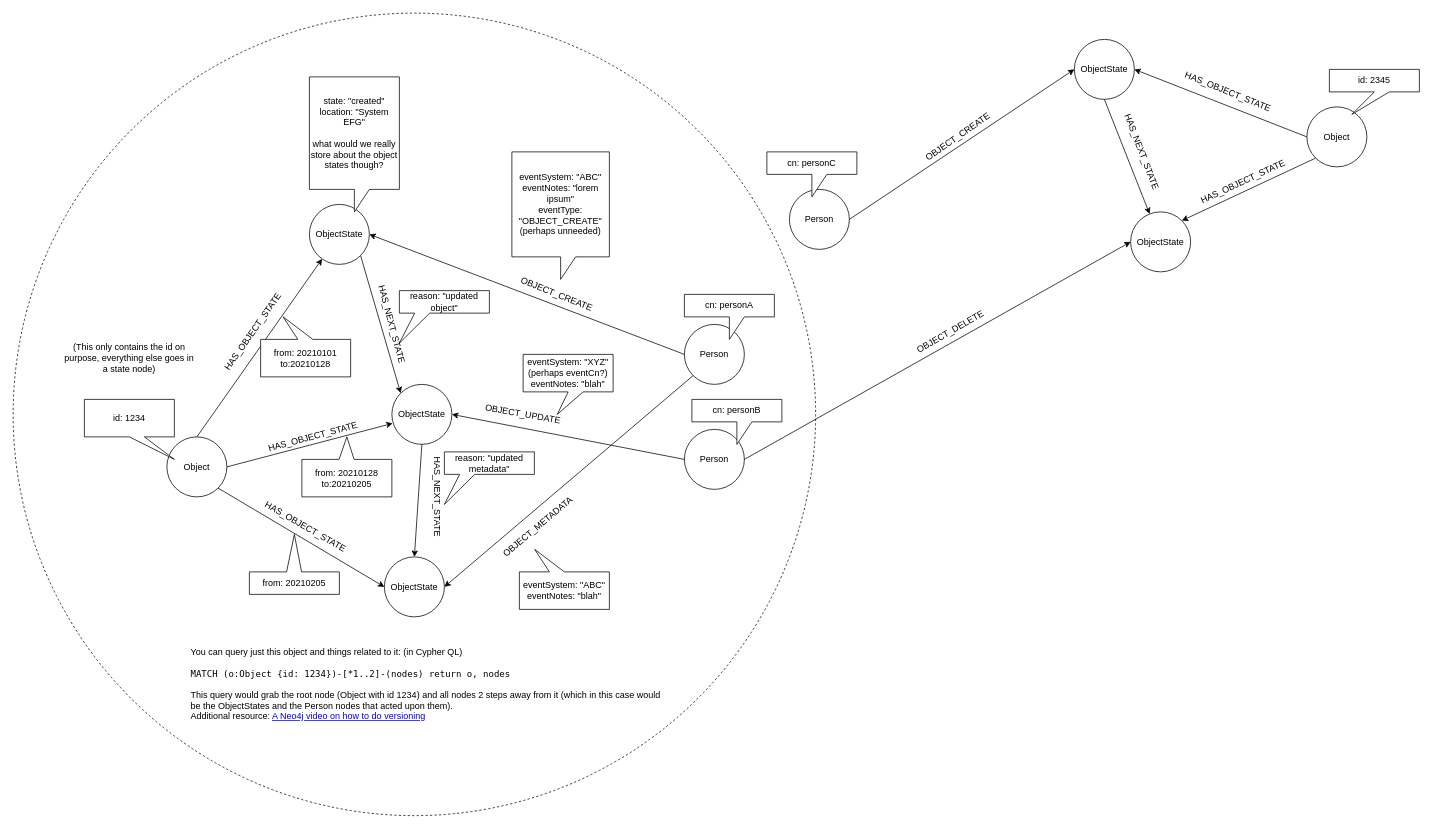
RMSLowside/rmslow keeps this draw.io diagram as page "Graph DB Example" (5 of 5) of Drawings/PandL/P&L.drawio. Above is the earlier version. Source tidied: cells renumbered, new cells numbered last; positions are measured from the earlier drawing's top-left corner, leaving out a move shared by most shapes. Both pictures are drawn from the tidied source at 75%, with x=0, y=0 at pixel (13, 13).
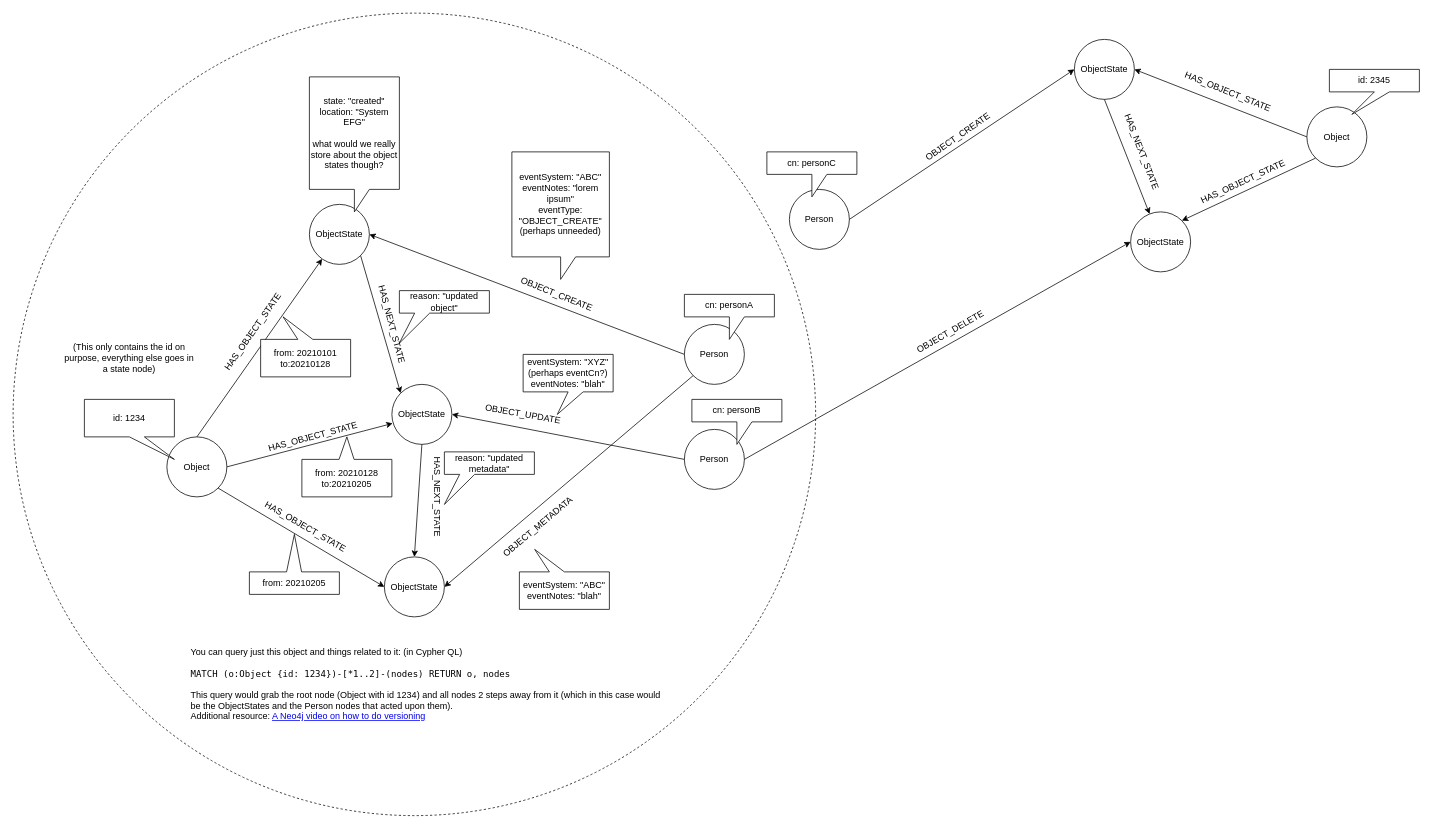
The same page after the edit.

The edit, as a diff of the source:
```diff
@@
-    <mxCell id="54" value="You can query just this object and things related to it: (in Cypher QL)&lt;br&gt;&lt;br&gt;&lt;font face=&quot;Lucida Console&quot;&gt;MATCH (o:Object {id: 1234})-[*1..2]-(nodes) return o, nodes&lt;/font&gt;&lt;br&gt;&lt;br&gt;This query would grab the root node (Object with id 1234) and all nodes 2 steps away from it (which in this case would be the ObjectStates and the Person nodes that acted upon them).&lt;br&gt;Additional resource: &lt;a href=&quot;https://www.youtube.com/watch?v=Cm1yd8d7qv0&amp;amp;feature=emb_logo&quot;&gt;A Neo4j video on how to do versioning&lt;/a&gt;" style="text;html=1;strokeColor=none;fillColor=none;align=left;verticalAlign=middle;whiteSpace=wrap;rounded=0;dashed=1;" parent="1" vertex="1">
+    <mxCell id="54" value="You can query just this object and things related to it: (in Cypher QL)&lt;br&gt;&lt;br&gt;&lt;font face=&quot;Lucida Console&quot;&gt;MATCH (o:Object {id: 1234})-[*1..2]-(nodes) RETURN o, nodes&lt;/font&gt;&lt;br&gt;&lt;br&gt;This query would grab the root node (Object with id 1234) and all nodes 2 steps away from it (which in this case would be the ObjectStates and the Person nodes that acted upon them).&lt;br&gt;Additional resource: &lt;a href=&quot;https://www.youtube.com/watch?v=Cm1yd8d7qv0&amp;amp;feature=emb_logo&quot;&gt;A Neo4j video on how to do versioning&lt;/a&gt;" style="text;html=1;strokeColor=none;fillColor=none;align=left;verticalAlign=middle;whiteSpace=wrap;rounded=0;dashed=1;" parent="1" vertex="1">
       <mxGeometry x="235" y="845" width="630" height="100" as="geometry" />
     </mxCell>
```
